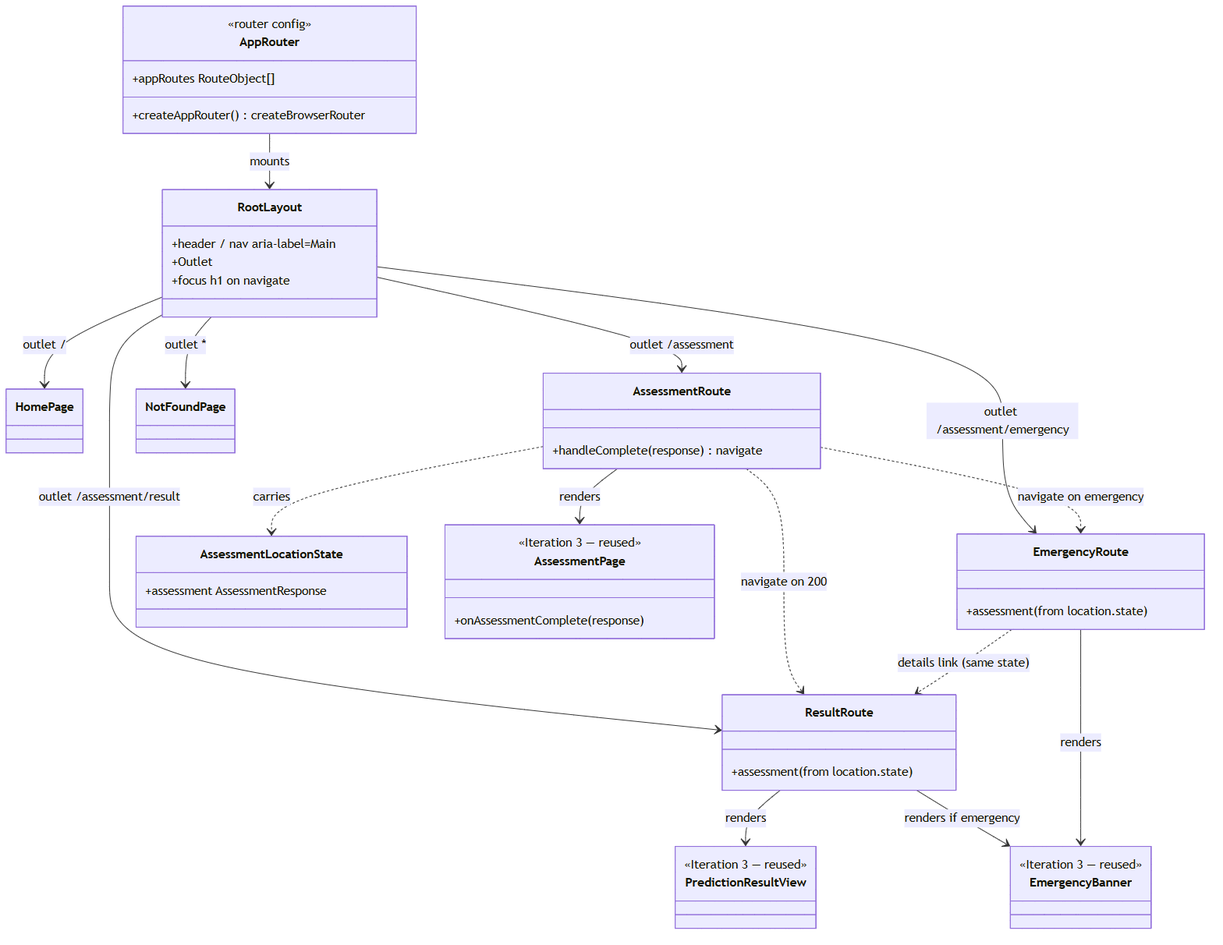
Earlier version of the Mermaid export docs/diagrams/iteration4/routing_class.png (Disease-Prediction-ASET26/disease-prediction-fe). Its source is kept beside it as docs/diagrams/iteration4/routing_class.mmd.
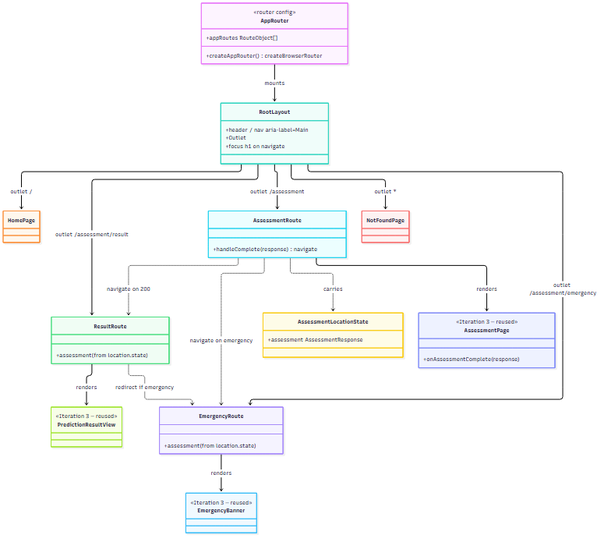
After the change.

Commit message:
fix(web): emergency route halts prediction (FR-P5)

What changed in the source:
```diff
@@ -45,6 +45,5 @@
     AssessmentRoute ..> EmergencyRoute : navigate on emergency
     AssessmentRoute ..> AssessmentLocationState : carries
     ResultRoute --> PredictionResultView : renders
-    ResultRoute --> EmergencyBanner : renders if emergency
     EmergencyRoute --> EmergencyBanner : renders
-    EmergencyRoute ..> ResultRoute : details link (same state)
+    ResultRoute ..> EmergencyRoute : redirect if emergency
```
